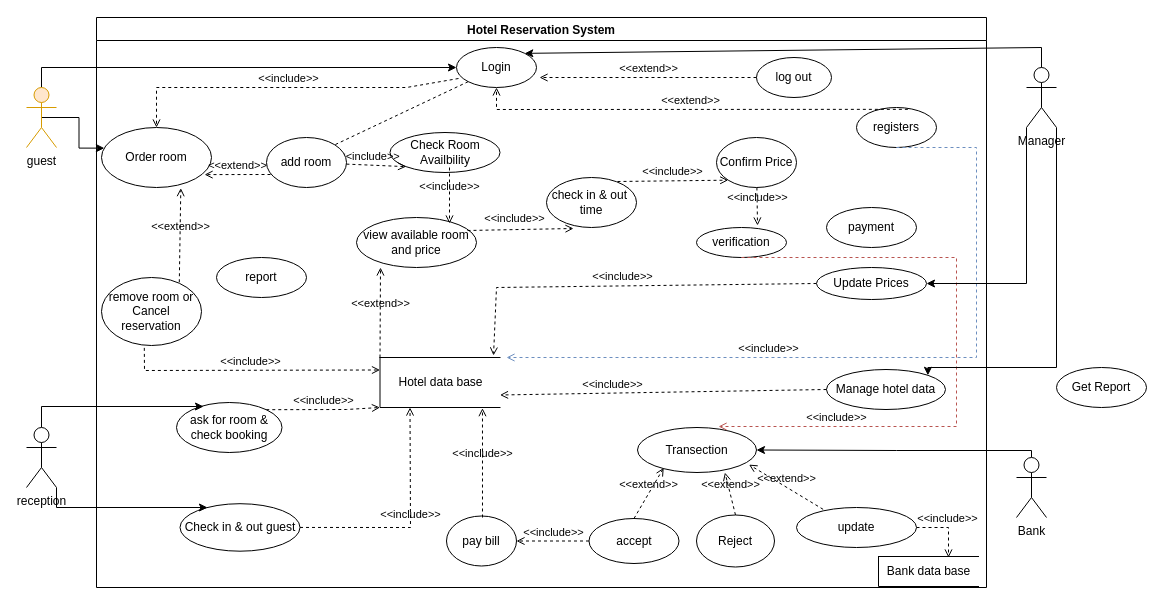
Above: use case Vol3.drawio in AhmedTarek-95/System-Desine (draw.io), before the change. Source tidied: cells renumbered, new cells numbered last; positions are measured from the earlier drawing's top-left corner, leaving out a move shared by most shapes. Both pictures are drawn from the tidied source at 100%, with x=0, y=0 at pixel (26, 17).
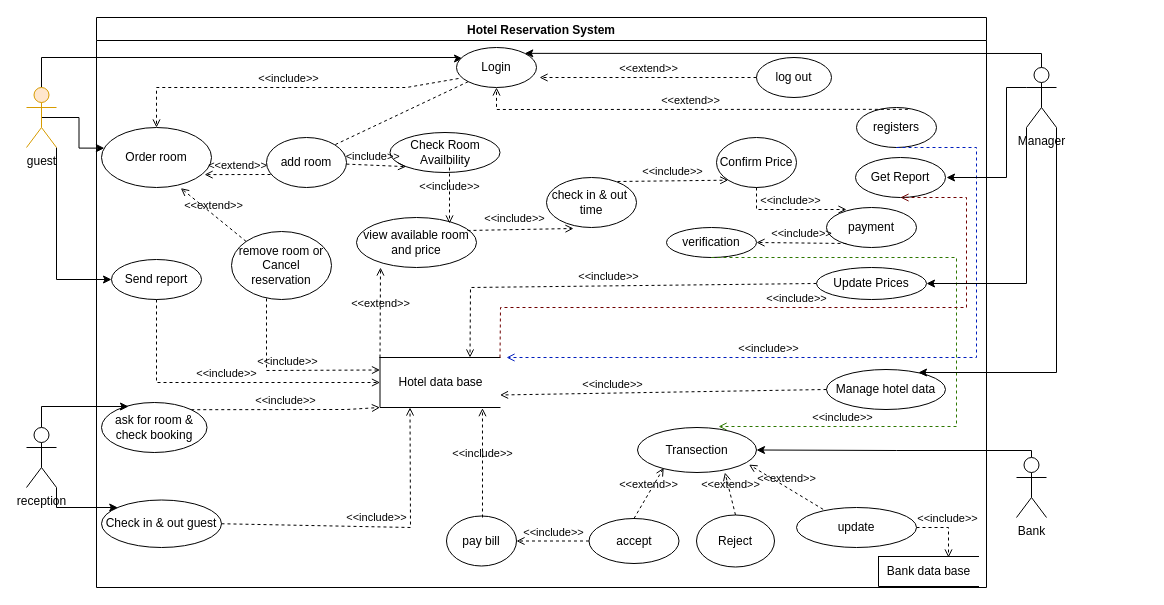
The same diagram, later.

The change refers to these unchanged cells:
```xml
<mxCell id="4" value="guest" style="shape=umlActor;verticalLabelPosition=bottom;verticalAlign=top;html=1;outlineConnect=0;fillColor=#ffe6cc;strokeColor=#d79b00;" parent="1" vertex="1">
  <mxGeometry y="70" width="30" height="60" as="geometry" />
</mxCell>
<mxCell id="5" value="Hotel Reservation System" style="swimlane;" parent="1" vertex="1">
  <mxGeometry x="70" width="890" height="570" as="geometry" />
</mxCell>
<mxCell id="7" value="Login" style="ellipse;whiteSpace=wrap;html=1;" parent="5" vertex="1">
  <mxGeometry x="360" y="30" width="80" height="40" as="geometry" />
</mxCell>
<mxCell id="9" value="Order room" style="ellipse;whiteSpace=wrap;html=1;" parent="5" vertex="1">
  <mxGeometry x="5" y="110" width="110" height="60" as="geometry" />
</mxCell>
<mxCell id="10" value="Manage hotel data" style="ellipse;whiteSpace=wrap;html=1;" parent="5" vertex="1">
  <mxGeometry x="730" y="352" width="119" height="40" as="geometry" />
</mxCell>
<mxCell id="13" value="Transection" style="ellipse;whiteSpace=wrap;html=1;" parent="5" vertex="1">
  <mxGeometry x="541" y="410" width="119" height="45" as="geometry" />
</mxCell>
<mxCell id="36" value="Hotel data base" style="html=1;dashed=0;whitespace=wrap;shape=partialRectangle;right=0;" parent="5" vertex="1">
  <mxGeometry x="283.5" y="340" width="120" height="50" as="geometry" />
</mxCell>
<mxCell id="40" value="registers" style="ellipse;whiteSpace=wrap;html=1;" parent="5" vertex="1">
  <mxGeometry x="760" y="90" width="80" height="40" as="geometry" />
</mxCell>
<mxCell id="45" value="Update Prices" style="ellipse;whiteSpace=wrap;html=1;" parent="5" vertex="1">
  <mxGeometry x="720" y="250" width="110" height="32" as="geometry" />
</mxCell>
<mxCell id="47" value="payment" style="ellipse;whiteSpace=wrap;html=1;" parent="5" vertex="1">
  <mxGeometry x="730" y="190" width="90" height="40" as="geometry" />
</mxCell>
<mxCell id="49" value="Confirm Price" style="ellipse;whiteSpace=wrap;html=1;" parent="5" vertex="1">
  <mxGeometry x="620" y="120" width="80" height="50" as="geometry" />
</mxCell>
<mxCell id="62" value="Manager" style="shape=umlActor;verticalLabelPosition=bottom;verticalAlign=top;html=1;outlineConnect=0;" parent="1" vertex="1">
  <mxGeometry x="1000" y="50" width="30" height="60" as="geometry" />
</mxCell>
```

Change to the diagram source:
```diff
@@
-    <mxCell id="2" style="edgeStyle=orthogonalEdgeStyle;rounded=0;jettySize=auto;html=1;exitX=0.5;exitY=0;exitDx=0;exitDy=0;exitPerimeter=0;entryX=0;entryY=0.5;entryDx=0;entryDy=0;" parent="1" edge="1" source="4" target="7">
-      <mxGeometry relative="1" as="geometry" />
+    <mxCell id="2" style="edgeStyle=orthogonalEdgeStyle;rounded=0;jettySize=auto;html=1;exitX=0.5;exitY=0;exitDx=0;exitDy=0;exitPerimeter=0;entryX=0.075;entryY=0.275;entryDx=0;entryDy=0;entryPerimeter=0;" parent="1" edge="1" source="4" target="7">
+      <mxGeometry relative="1" as="geometry">
+        <Array as="points">
+          <mxPoint x="15" y="40" />
+          <mxPoint x="430" y="40" />
+          <mxPoint x="430" y="41" />
+        </Array>
+      </mxGeometry>
     </mxCell>
@@
+    <mxCell id="65" style="edgeStyle=orthogonalEdgeStyle;rounded=0;jettySize=auto;html=1;exitX=1;exitY=1;exitDx=0;exitDy=0;exitPerimeter=0;entryX=0;entryY=0.5;entryDx=0;entryDy=0;" parent="1" edge="1" source="4" target="48">
+      <mxGeometry relative="1" as="geometry" />
+    </mxCell>
@@
-    <mxCell id="6" value="&amp;lt;&amp;lt;include&amp;gt;&amp;gt;" style="html=1;verticalAlign=bottom;labelBackgroundColor=none;endArrow=open;endFill=0;dashed=1;rounded=0;exitX=0;exitY=0.5;exitDx=0;exitDy=0;entryX=0.946;entryY=-0.04;entryDx=0;entryDy=0;entryPerimeter=0;" parent="5" edge="1" source="45" target="36">
+    <mxCell id="6" value="&amp;lt;&amp;lt;include&amp;gt;&amp;gt;" style="html=1;verticalAlign=bottom;labelBackgroundColor=none;endArrow=open;endFill=0;dashed=1;rounded=0;exitX=0;exitY=0.5;exitDx=0;exitDy=0;entryX=0.75;entryY=0;entryDx=0;entryDy=0;" parent="5" edge="1" source="45" target="36">
       <mxGeometry relative="1" as="geometry">
         <Array as="points">
-          <mxPoint x="400" y="270" />
+          <mxPoint x="374" y="270" />
         </Array>
       </mxGeometry>
     </mxCell>
@@
     <mxCell id="11" value="ask for room &amp;amp; check booking" style="ellipse;whiteSpace=wrap;html=1;" parent="5" vertex="1">
-      <mxGeometry x="80" y="385" width="105.5" height="50" as="geometry" />
+      <mxGeometry x="5" y="385" width="105.5" height="50" as="geometry" />
     </mxCell>
     <mxCell id="12" value="Check in &amp;amp; out guest" style="ellipse;whiteSpace=wrap;html=1;" parent="5" vertex="1">
-      <mxGeometry x="83.5" y="486.2" width="120" height="47.5" as="geometry" />
+      <mxGeometry x="5" y="482.5" width="120" height="47.5" as="geometry" />
     </mxCell>
@@
     <mxCell id="30" value="remove room or Cancel reservation" style="ellipse;whiteSpace=wrap;html=1;" parent="5" vertex="1">
-      <mxGeometry x="5" y="260" width="100" height="68" as="geometry" />
+      <mxGeometry x="135" y="214" width="100" height="68" as="geometry" />
     </mxCell>
@@
-    <mxCell id="32" value="&amp;lt;&amp;lt;extend&amp;gt;&amp;gt;" style="html=1;verticalAlign=bottom;labelBackgroundColor=none;endArrow=open;endFill=0;dashed=1;rounded=0;entryX=0.721;entryY=1.011;entryDx=0;entryDy=0;exitX=0.778;exitY=0.07;exitDx=0;exitDy=0;entryPerimeter=0;exitPerimeter=0;" parent="5" edge="1" source="30" target="9">
+    <mxCell id="32" value="&amp;lt;&amp;lt;extend&amp;gt;&amp;gt;" style="html=1;verticalAlign=bottom;labelBackgroundColor=none;endArrow=open;endFill=0;dashed=1;rounded=0;entryX=0.721;entryY=1.011;entryDx=0;entryDy=0;exitX=0;exitY=0;exitDx=0;exitDy=0;entryPerimeter=0;" parent="5" edge="1" source="30" target="9">
       <mxGeometry relative="1" as="geometry" />
     </mxCell>
-    <mxCell id="33" value="&amp;lt;&amp;lt;include&amp;gt;&amp;gt;" style="html=1;verticalAlign=bottom;labelBackgroundColor=none;endArrow=open;endFill=0;dashed=1;rounded=0;exitX=0.428;exitY=1.035;exitDx=0;exitDy=0;exitPerimeter=0;entryX=0;entryY=0.25;entryDx=0;entryDy=0;" parent="5" edge="1" source="30" target="36">
-      <mxGeometry relative="1" as="geometry">
-        <Array as="points">
-          <mxPoint x="48" y="353" />
-        </Array>
-      </mxGeometry>
-    </mxCell>
@@
-    <mxCell id="42" value="&amp;lt;&amp;lt;include&amp;gt;&amp;gt;" style="html=1;verticalAlign=bottom;labelBackgroundColor=none;endArrow=open;endFill=0;dashed=1;rounded=0;exitX=0.5;exitY=1;exitDx=0;exitDy=0;fillColor=#dae8fc;strokeColor=#6c8ebf;" parent="5" edge="1" source="40">
+    <mxCell id="42" value="&amp;lt;&amp;lt;include&amp;gt;&amp;gt;" style="html=1;verticalAlign=bottom;labelBackgroundColor=none;endArrow=open;endFill=0;dashed=1;rounded=0;exitX=0.5;exitY=1;exitDx=0;exitDy=0;fillColor=#0050ef;strokeColor=#001DBC;" parent="5" edge="1" source="40">
       <mxGeometry x="0.31" relative="1" as="geometry">
         <mxPoint x="410" y="340" as="targetPoint" />
         <Array as="points">
           <mxPoint x="820" y="130" />
           <mxPoint x="880" y="130" />
           <mxPoint x="880" y="340" />
           <mxPoint x="410" y="340" />
         </Array>
       </mxGeometry>
     </mxCell>
@@
     <mxCell id="46" value="verification" style="ellipse;whiteSpace=wrap;html=1;" parent="5" vertex="1">
-      <mxGeometry x="600" y="210" width="90" height="30" as="geometry" />
+      <mxGeometry x="570" y="210" width="90" height="30" as="geometry" />
     </mxCell>
@@
-    <mxCell id="48" value="report" style="ellipse;whiteSpace=wrap;html=1;" parent="5" vertex="1">
-      <mxGeometry x="120" y="240" width="90" height="40" as="geometry" />
-    </mxCell>
@@
-    <mxCell id="51" value="&amp;lt;&amp;lt;include&amp;gt;&amp;gt;" style="html=1;verticalAlign=bottom;labelBackgroundColor=none;endArrow=open;endFill=0;dashed=1;rounded=0;entryX=0.678;entryY=-0.067;entryDx=0;entryDy=0;entryPerimeter=0;" parent="5" edge="1" source="49" target="46">
-      <mxGeometry relative="1" as="geometry" />
+    <mxCell id="51" value="&amp;lt;&amp;lt;include&amp;gt;&amp;gt;" style="html=1;verticalAlign=bottom;labelBackgroundColor=none;endArrow=open;endFill=0;dashed=1;rounded=0;" parent="5" edge="1" source="49">
+      <mxGeometry relative="1" as="geometry">
+        <mxPoint x="750" y="192" as="targetPoint" />
+        <Array as="points">
+          <mxPoint x="660" y="192" />
+        </Array>
+      </mxGeometry>
     </mxCell>
-    <mxCell id="52" value="&amp;lt;&amp;lt;include&amp;gt;&amp;gt;" style="html=1;verticalAlign=bottom;labelBackgroundColor=none;endArrow=open;endFill=0;dashed=1;rounded=0;exitX=0.5;exitY=1;exitDx=0;exitDy=0;entryX=0.681;entryY=-0.022;entryDx=0;entryDy=0;entryPerimeter=0;fillColor=#f8cecc;strokeColor=#b85450;" parent="5" edge="1" source="46" target="13">
+    <mxCell id="52" value="&amp;lt;&amp;lt;include&amp;gt;&amp;gt;" style="html=1;verticalAlign=bottom;labelBackgroundColor=none;endArrow=open;endFill=0;dashed=1;rounded=0;exitX=0.5;exitY=1;exitDx=0;exitDy=0;entryX=0.681;entryY=-0.022;entryDx=0;entryDy=0;entryPerimeter=0;fillColor=#60a917;strokeColor=#2D7600;" parent="5" edge="1" source="46" target="13">
       <mxGeometry x="0.62" relative="1" as="geometry">
         <Array as="points">
           <mxPoint x="860" y="240" />
           <mxPoint x="860" y="409" />
         </Array>
       </mxGeometry>
     </mxCell>
@@
+    <mxCell id="33" value="&amp;lt;&amp;lt;include&amp;gt;&amp;gt;" style="html=1;verticalAlign=bottom;labelBackgroundColor=none;endArrow=open;endFill=0;dashed=1;rounded=0;entryX=0;entryY=0.25;entryDx=0;entryDy=0;startArrow=none;exitX=0.35;exitY=0.985;exitDx=0;exitDy=0;exitPerimeter=0;" parent="5" edge="1" source="30" target="36">
+      <mxGeometry relative="1" as="geometry">
+        <Array as="points">
+          <mxPoint x="170" y="353" />
+        </Array>
+      </mxGeometry>
+    </mxCell>
+    <mxCell id="48" value="Send report" style="ellipse;whiteSpace=wrap;html=1;" parent="5" vertex="1">
+      <mxGeometry x="15" y="242" width="90" height="40" as="geometry" />
+    </mxCell>
+    <mxCell id="66" value="&amp;lt;&amp;lt;include&amp;gt;&amp;gt;" style="html=1;verticalAlign=bottom;labelBackgroundColor=none;endArrow=open;endFill=0;dashed=1;rounded=0;exitX=0.5;exitY=1;exitDx=0;exitDy=0;entryX=0;entryY=0.5;entryDx=0;entryDy=0;startArrow=none;" parent="5" edge="1" source="48" target="36">
+      <mxGeometry relative="1" as="geometry">
+        <Array as="points">
+          <mxPoint x="60" y="365" />
+        </Array>
+      </mxGeometry>
+    </mxCell>
+    <mxCell id="64" value="Get Report" style="ellipse;whiteSpace=wrap;html=1;" parent="5" vertex="1">
+      <mxGeometry x="759" y="140" width="90" height="40" as="geometry" />
+    </mxCell>
+    <mxCell id="67" value="&amp;lt;&amp;lt;include&amp;gt;&amp;gt;" style="html=1;verticalAlign=bottom;labelBackgroundColor=none;endArrow=open;endFill=0;dashed=1;rounded=0;exitX=1;exitY=0;exitDx=0;exitDy=0;entryX=0.5;entryY=1;entryDx=0;entryDy=0;fillColor=#a20025;strokeColor=#6F0000;" parent="5" edge="1" source="36" target="64">
+      <mxGeometry relative="1" as="geometry">
+        <Array as="points">
+          <mxPoint x="404" y="290" />
+          <mxPoint x="870" y="290" />
+          <mxPoint x="870" y="180" />
+        </Array>
+      </mxGeometry>
+    </mxCell>
+    <mxCell id="68" value="&amp;lt;&amp;lt;include&amp;gt;&amp;gt;" style="html=1;verticalAlign=bottom;labelBackgroundColor=none;endArrow=open;endFill=0;dashed=1;rounded=0;entryX=1;entryY=0.5;entryDx=0;entryDy=0;exitX=0.222;exitY=0.9;exitDx=0;exitDy=0;exitPerimeter=0;" parent="5" edge="1" source="47" target="46">
+      <mxGeometry relative="1" as="geometry" />
+    </mxCell>
@@
-    <mxCell id="60" style="edgeStyle=orthogonalEdgeStyle;rounded=0;jettySize=auto;html=1;exitX=1;exitY=1;exitDx=0;exitDy=0;exitPerimeter=0;entryX=1;entryY=0;entryDx=0;entryDy=0;" parent="1" edge="1" source="62" target="10">
+    <mxCell id="60" style="edgeStyle=orthogonalEdgeStyle;rounded=0;jettySize=auto;html=1;exitX=1;exitY=1;exitDx=0;exitDy=0;exitPerimeter=0;entryX=0.773;entryY=0.075;entryDx=0;entryDy=0;entryPerimeter=0;" parent="1" edge="1" source="62" target="10">
       <mxGeometry relative="1" as="geometry">
         <Array as="points">
-          <mxPoint x="1030" y="350" />
-          <mxPoint x="901" y="350" />
+          <mxPoint x="1030" y="355" />
         </Array>
       </mxGeometry>
     </mxCell>
@@
+    <mxCell id="69" style="edgeStyle=orthogonalEdgeStyle;rounded=0;jettySize=auto;html=1;exitX=0;exitY=0.3333333333333333;exitDx=0;exitDy=0;exitPerimeter=0;" parent="1" edge="1" source="62">
+      <mxGeometry relative="1" as="geometry">
+        <mxPoint x="920" y="160" as="targetPoint" />
+        <Array as="points">
+          <mxPoint x="980" y="70" />
+          <mxPoint x="980" y="160" />
+        </Array>
+      </mxGeometry>
+    </mxCell>
@@
     <mxCell id="63" style="endArrow=classic;html=1;rounded=0;entryX=1;entryY=0;entryDx=0;entryDy=0;exitX=0.5;exitY=0;exitDx=0;exitDy=0;exitPerimeter=0;" parent="1" edge="1" source="62" target="7">
       <mxGeometry relative="1" as="geometry">
         <Array as="points">
-          <mxPoint x="1015" y="30" />
+          <mxPoint x="1015" y="36" />
         </Array>
       </mxGeometry>
     </mxCell>
-    <mxCell id="64" value="Get Report" style="ellipse;whiteSpace=wrap;html=1;" parent="1" vertex="1">
-      <mxGeometry x="1030" y="350" width="90" height="40" as="geometry" />
-    </mxCell>
```
